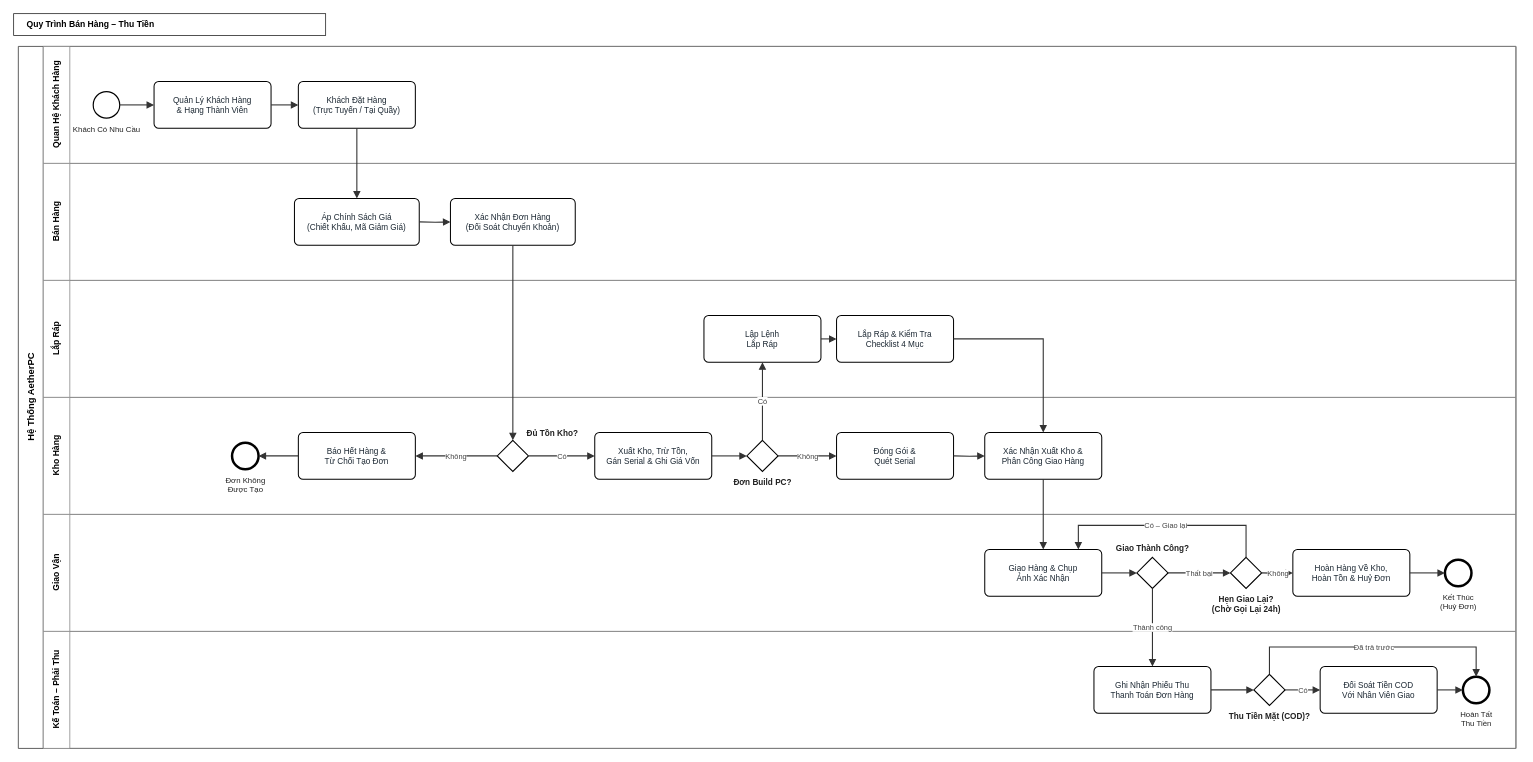
hoangmkid12/ERP_AetherPC keeps this draw.io diagram as docs/diagrams/bpmn/quy_trinh_banhang_thutien.drawio. Above is the earlier version. Source tidied: cells renumbered, new cells numbered last; positions are measured from the earlier drawing's top-left corner, leaving out a move shared by most shapes. Both pictures are drawn from the tidied source at 78%, with x=0, y=0 at pixel (13, 13).
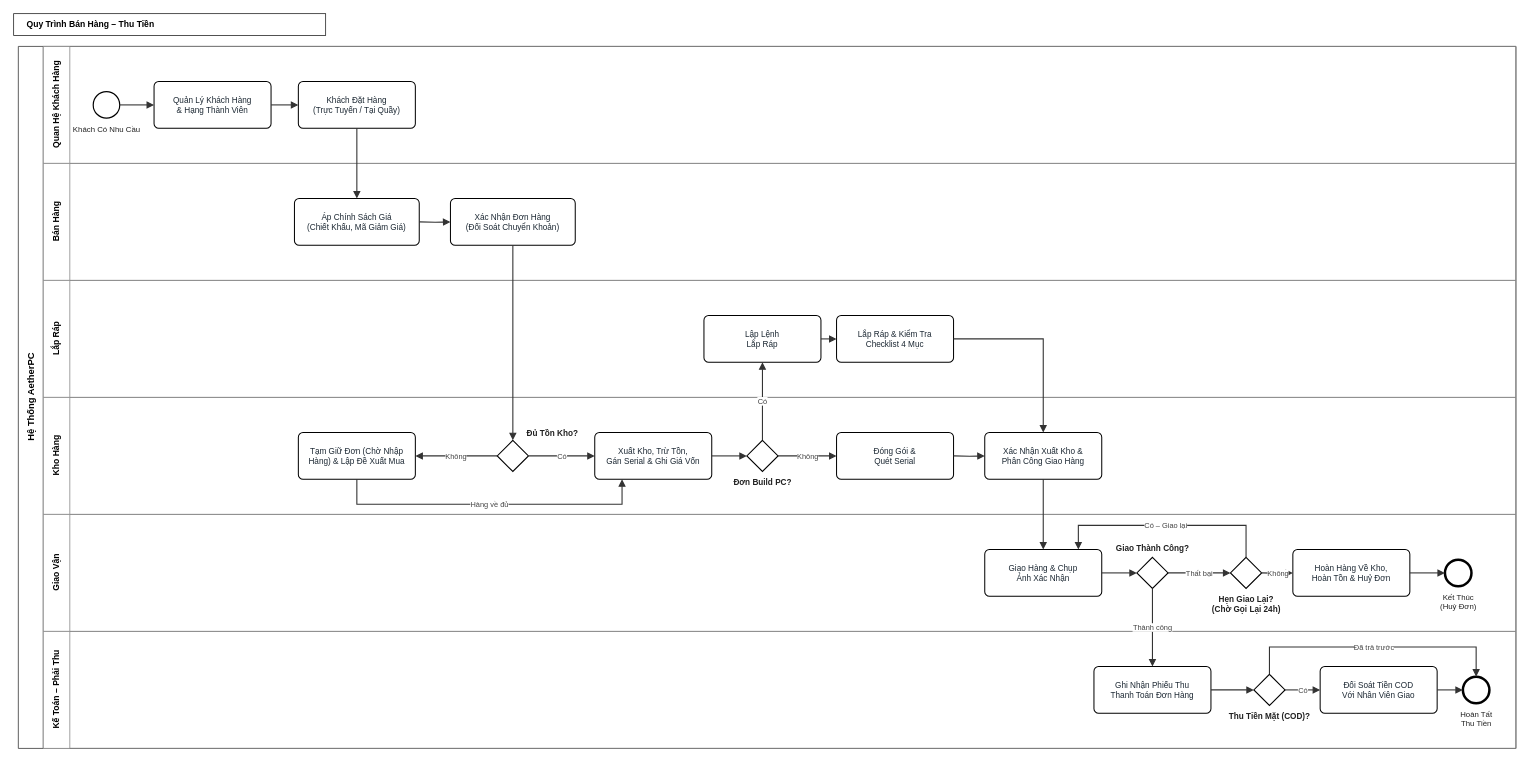
After the change.

What changed in the source:
```diff
@@
-    <mxCell id="18" value="Báo Hết Hàng &amp;amp;&lt;br/&gt;Từ Chối Tạo Đơn" style="rounded=1;arcSize=10;whiteSpace=wrap;html=1;fillColor=#FFFFFF;strokeColor=#000000;strokeWidth=1.3;fontSize=10.5;fontColor=#1C2833;" parent="1" vertex="1">
+    <mxCell id="18" value="Tạm Giữ Đơn (Chờ Nhập&lt;br/&gt;Hàng) &amp;amp; Lập Đề Xuất Mua" style="rounded=1;arcSize=10;whiteSpace=wrap;html=1;fillColor=#FFFFFF;strokeColor=#000000;strokeWidth=1.3;fontSize=10.5;fontColor=#1C2833;" parent="1" vertex="1">
       <mxGeometry x="365" y="537" width="150" height="60" as="geometry" />
     </mxCell>
-    <mxCell id="19" style="ellipse;whiteSpace=wrap;html=1;fillColor=#FFFFFF;strokeColor=#000000;strokeWidth=3.2;" parent="1" vertex="1">
-      <mxGeometry x="280" y="550" width="34" height="34" as="geometry" />
-    </mxCell>
-    <mxCell id="20" value="Đơn Không&lt;br/&gt;Được Tạo" style="text;html=1;align=center;verticalAlign=top;strokeColor=none;fillColor=none;fontSize=10;fontColor=#222222;" parent="1" vertex="1">
-      <mxGeometry x="242" y="585.5" width="110" height="30" as="geometry" />
-    </mxCell>
@@
-    <mxCell id="49" style="edgeStyle=orthogonalEdgeStyle;rounded=0;orthogonalLoop=1;jettySize=auto;html=1;endArrow=block;endFill=1;strokeColor=#333333;strokeWidth=1.4;fontSize=9.5;fontColor=#444444;labelBackgroundColor=#FFFFFF;" parent="1" edge="1">
+    <mxCell id="49" value="Hàng về đủ" style="edgeStyle=orthogonalEdgeStyle;rounded=0;orthogonalLoop=1;jettySize=auto;html=1;endArrow=block;endFill=1;strokeColor=#333333;strokeWidth=1.4;fontSize=9.5;fontColor=#444444;labelBackgroundColor=#FFFFFF;" parent="1" edge="1">
       <mxGeometry relative="1" as="geometry">
-        <mxPoint x="365" y="567" as="sourcePoint" />
-        <mxPoint x="314" y="567" as="targetPoint" />
+        <mxPoint x="440" y="597" as="sourcePoint" />
+        <mxPoint x="780" y="597" as="targetPoint" />
+        <Array as="points">
+          <mxPoint x="440" y="629" />
+          <mxPoint x="780" y="629" />
+        </Array>
       </mxGeometry>
     </mxCell>
```
